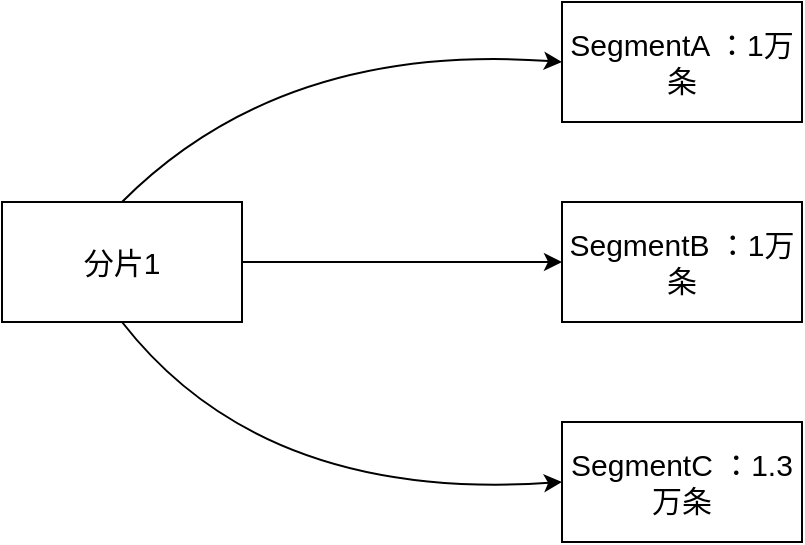
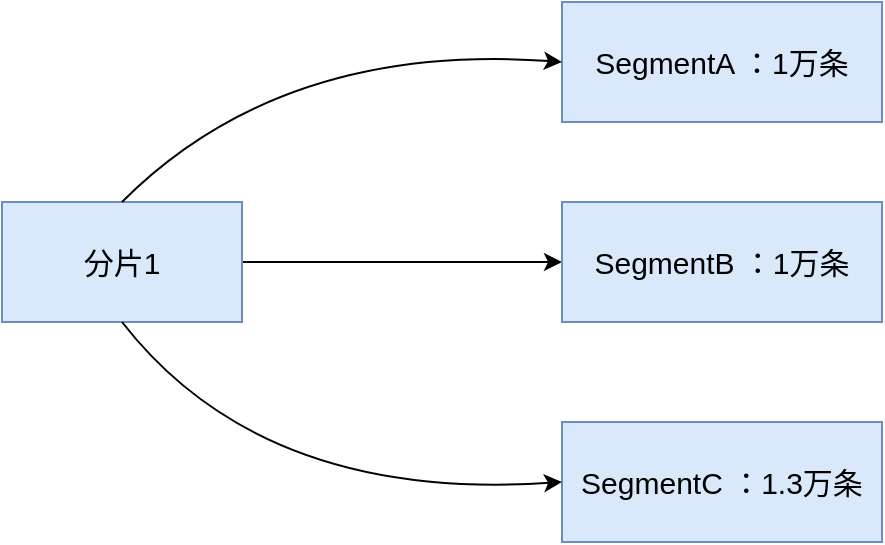
<mxfile host="app.diagrams.net">
  <diagram name="第 1 页" id="kXt310NtE45ES1FIgY8G">
    <mxGraphModel dx="1414" dy="751" grid="1" gridSize="10" guides="1" tooltips="1" connect="1" arrows="1" fold="1" page="1" pageScale="1" pageWidth="827" pageHeight="1169" math="0" shadow="0">
      <root>
        <mxCell id="0" />
        <mxCell id="1" parent="0" />
        <mxCell id="944NdiYmks0i5qrIaW7b-5" edge="1" parent="1" source="944NdiYmks0i5qrIaW7b-1" style="edgeStyle=orthogonalEdgeStyle;rounded=0;orthogonalLoop=1;jettySize=auto;html=1;entryX=0;entryY=0.5;entryDx=0;entryDy=0;fontSize=15;" target="944NdiYmks0i5qrIaW7b-3">
          <mxGeometry relative="1" as="geometry" />
        </mxCell>
-         <mxCell id="944NdiYmks0i5qrIaW7b-1" parent="1" style="rounded=0;whiteSpace=wrap;html=1;fontSize=15;" value="分片1" vertex="1">
+         <mxCell id="944NdiYmks0i5qrIaW7b-1" parent="1" style="rounded=0;whiteSpace=wrap;html=1;fontSize=15;fillColor=#dae8fc;strokeColor=#6c8ebf;" value="分片1" vertex="1">
          <mxGeometry height="60" width="120" x="140" y="310" as="geometry" />
        </mxCell>
-         <mxCell id="944NdiYmks0i5qrIaW7b-2" parent="1" style="rounded=0;whiteSpace=wrap;html=1;fontSize=15;" value="SegmentA ：1万条" vertex="1">
-           <mxGeometry height="60" width="120" x="420" y="210" as="geometry" />
+         <mxCell id="944NdiYmks0i5qrIaW7b-2" parent="1" style="rounded=0;whiteSpace=wrap;html=1;fontSize=15;fillColor=#dae8fc;strokeColor=#6c8ebf;" value="SegmentA ：1万条" vertex="1">
+           <mxGeometry height="60" width="160" x="420" y="210" as="geometry" />
        </mxCell>
-         <mxCell id="944NdiYmks0i5qrIaW7b-3" parent="1" style="rounded=0;whiteSpace=wrap;html=1;fontSize=15;" value="SegmentB ：1万条" vertex="1">
-           <mxGeometry height="60" width="120" x="420" y="310" as="geometry" />
+         <mxCell id="944NdiYmks0i5qrIaW7b-3" parent="1" style="rounded=0;whiteSpace=wrap;html=1;fontSize=15;fillColor=#dae8fc;strokeColor=#6c8ebf;" value="SegmentB ：1万条" vertex="1">
+           <mxGeometry height="60" width="160" x="420" y="310" as="geometry" />
        </mxCell>
-         <mxCell id="944NdiYmks0i5qrIaW7b-4" parent="1" style="rounded=0;whiteSpace=wrap;html=1;fontSize=15;" value="SegmentC ：1.3万条" vertex="1">
-           <mxGeometry height="60" width="120" x="420" y="420" as="geometry" />
+         <mxCell id="944NdiYmks0i5qrIaW7b-4" parent="1" style="rounded=0;whiteSpace=wrap;html=1;fontSize=15;fillColor=#dae8fc;strokeColor=#6c8ebf;" value="SegmentC ：1.3万条" vertex="1">
+           <mxGeometry height="60" width="160" x="420" y="420" as="geometry" />
        </mxCell>
        <mxCell id="944NdiYmks0i5qrIaW7b-6" edge="1" parent="1" source="944NdiYmks0i5qrIaW7b-1" style="endArrow=classic;html=1;rounded=0;exitX=0.5;exitY=0;exitDx=0;exitDy=0;entryX=0;entryY=0.5;entryDx=0;entryDy=0;curved=1;fontSize=15;" target="944NdiYmks0i5qrIaW7b-2" value="">
          <mxGeometry height="50" relative="1" width="50" as="geometry">
            <Array as="points">
              <mxPoint x="280" y="230" />
            </Array>
            <mxPoint x="230" y="290" as="sourcePoint" />
            <mxPoint x="280" y="240" as="targetPoint" />
          </mxGeometry>
        </mxCell>
        <mxCell id="944NdiYmks0i5qrIaW7b-7" edge="1" parent="1" source="944NdiYmks0i5qrIaW7b-1" style="endArrow=classic;html=1;rounded=0;exitX=0.5;exitY=1;exitDx=0;exitDy=0;entryX=0;entryY=0.5;entryDx=0;entryDy=0;curved=1;fontSize=15;" target="944NdiYmks0i5qrIaW7b-4" value="">
          <mxGeometry height="50" relative="1" width="50" as="geometry">
            <Array as="points">
              <mxPoint x="270" y="460" />
            </Array>
            <mxPoint x="230" y="480" as="sourcePoint" />
            <mxPoint x="280" y="430" as="targetPoint" />
          </mxGeometry>
        </mxCell>
      </root>
    </mxGraphModel>
  </diagram>
</mxfile>
